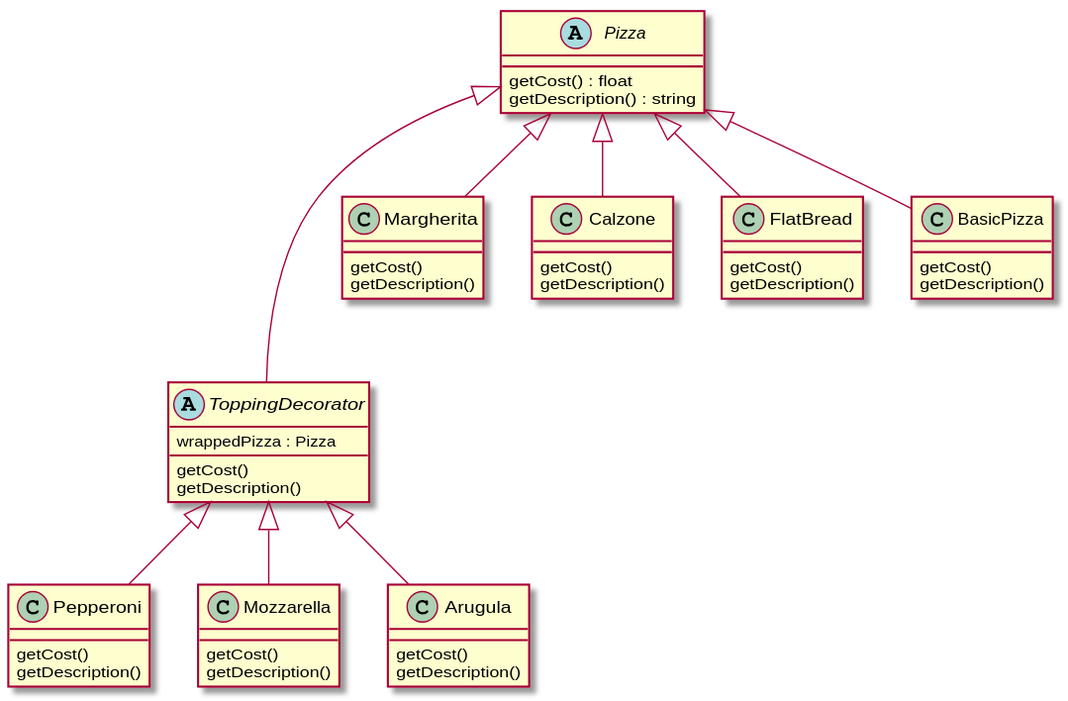
This is 03_decorator_pattern/uml.svg from alesgenova/design-patterns, a PlantUML export, as it was before one commit. The source it was exported from:
```plantuml
@startuml
Abstract Pizza{
  getCost() : float
  getDescription() : string
}

Abstract ToppingDecorator{
  getCost()
  getDescription()
  wrappedPizza : Pizza
}

Class Margherita{
  getCost()
  getDescription()
}

Class Calzone{
  getCost()
  getDescription()
}

Class FlatBread{
  getCost()
  getDescription()
}

Class BasicPizza{
  getCost()
  getDescription()
}

Class Pepperoni{
  getCost()
  getDescription()
}

Class Mozzarella{
  getCost()
  getDescription()
}

Class Arugula{
  getCost()
  getDescription()
}

Pizza <|-- Margherita
Pizza <|-- Calzone
Pizza <|-- FlatBread
Pizza <|-- BasicPizza

Pizza <|--- ToppingDecorator

ToppingDecorator <|-- Mozzarella
ToppingDecorator <|-- Pepperoni
ToppingDecorator <|-- Arugula
@enduml
```
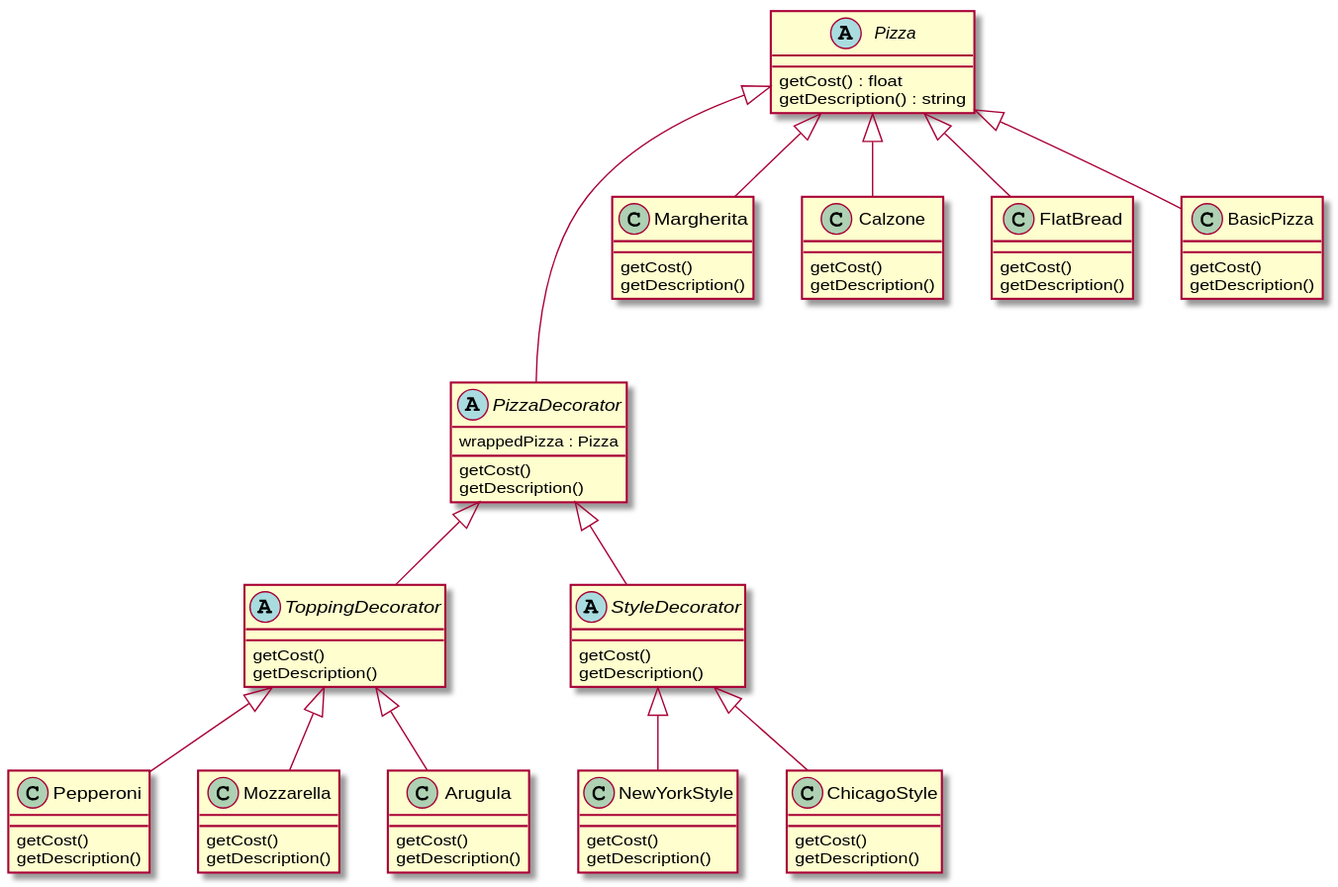
The same file after the commit.

Diff of the diagram source:
```diff
@@ -4,10 +4,15 @@
   getDescription() : string
 }
 
+Abstract PizzaDecorator{
+  getCost()
+  getDescription()
+  wrappedPizza : Pizza
+}
+
 Abstract ToppingDecorator{
   getCost()
   getDescription()
-  wrappedPizza : Pizza
 }
 
 Class Margherita{
@@ -45,12 +50,34 @@
   getDescription()
 }
 
+Abstract StyleDecorator{
+  getCost()
+  getDescription()
+}
+
+Class NewYorkStyle{
+  getCost()
+  getDescription()
+}
+
+Class ChicagoStyle{
+  getCost()
+  getDescription()
+}
+
 Pizza <|-- Margherita
 Pizza <|-- Calzone
 Pizza <|-- FlatBread
 Pizza <|-- BasicPizza
 
-Pizza <|--- ToppingDecorator
+Pizza <|--- PizzaDecorator
+
+PizzaDecorator <|-- ToppingDecorator
+
+PizzaDecorator <|-- StyleDecorator
+
+StyleDecorator <|-- NewYorkStyle
+StyleDecorator <|-- ChicagoStyle
 
 ToppingDecorator <|-- Mozzarella
 ToppingDecorator <|-- Pepperoni
```
